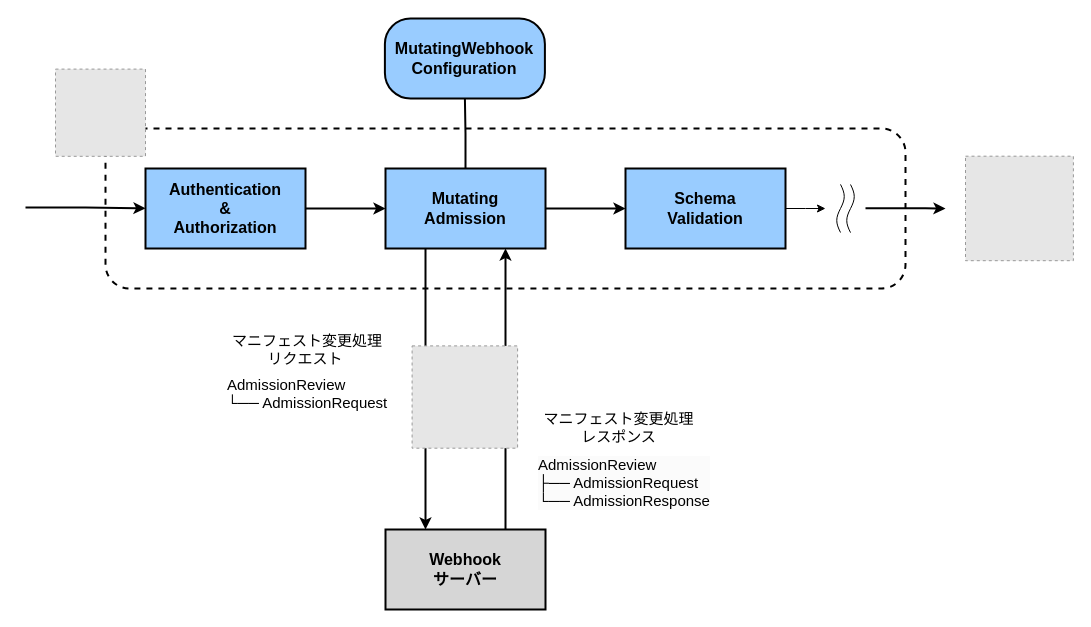
This is page "admission-controllers_mutating-admission" (3 of 4) of images/drawio/istio/service-mesh_layer.drawio from hiroki-it/tech-notebook_old, a draw.io file, before an edit. Source tidied: cells renumbered, new cells numbered last; positions are measured from the earlier drawing's top-left corner, leaving out a move shared by most shapes. Both pictures are drawn from the tidied source at 100%, with x=0, y=0 at pixel (25, 18). Pictures stored in the file or linked from it are replaced by grey dashed boxes.
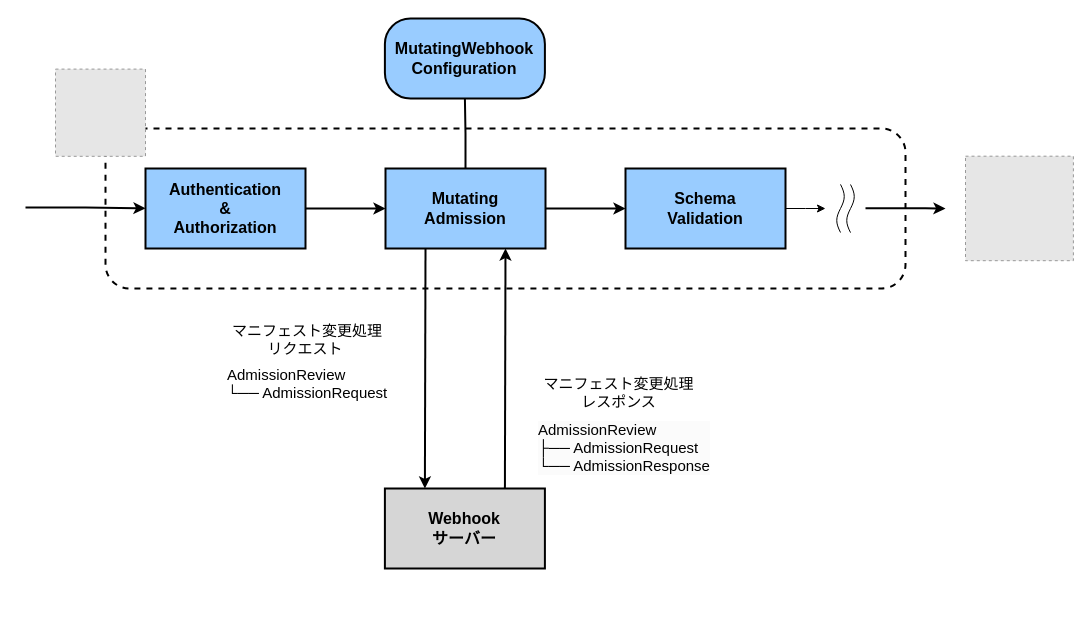
After the change.

What changed in the source:
```diff
@@
     <mxCell id="8" value="&lt;b&gt;Webhook&lt;br&gt;サーバー&lt;br&gt;&lt;/b&gt;" style="rounded=0;whiteSpace=wrap;html=1;fillColor=#D6D6D6;strokeWidth=2;fontSize=16;" parent="1" vertex="1">
-      <mxGeometry x="360" y="511" width="160" height="80" as="geometry" />
+      <mxGeometry x="359.4" y="470" width="160" height="80" as="geometry" />
     </mxCell>
@@
     <mxCell id="11" value="&lt;span style=&quot;border-color: var(--border-color); background-color: transparent; font-family: Arial;&quot;&gt;&amp;nbsp;マニフェスト変更処理&lt;br&gt;リクエスト&lt;/span&gt;&lt;span style=&quot;background-color: transparent; font-family: Arial; font-size: 15px;&quot;&gt;&lt;br style=&quot;font-size: 15px;&quot;&gt;&lt;/span&gt;" style="text;whiteSpace=wrap;html=1;fontSize=15;verticalAlign=middle;fontStyle=0;align=center;" parent="1" vertex="1">
-      <mxGeometry x="200" y="311" width="160" height="40" as="geometry" />
+      <mxGeometry x="200" y="301" width="160" height="40" as="geometry" />
     </mxCell>
     <mxCell id="12" value="&lt;span style=&quot;font-size: 15px;&quot; id=&quot;docs-internal-guid-54a5dcad-7fff-8957-8205-c32bb22402f9&quot;&gt;&lt;p style=&quot;line-height: 1.2; margin-top: 0pt; margin-bottom: 0pt; font-size: 15px;&quot; dir=&quot;ltr&quot;&gt;&lt;span style=&quot;font-size: 15px; font-family: Arial; color: rgb(0, 0, 0); background-color: transparent; font-style: normal; font-variant: normal; text-decoration: none; vertical-align: baseline;&quot;&gt;マニフェスト変更処理&lt;/span&gt;&lt;/p&gt;&lt;p style=&quot;line-height: 1.2; margin-top: 0pt; margin-bottom: 0pt; font-size: 15px;&quot; dir=&quot;ltr&quot;&gt;&lt;span style=&quot;font-size: 15px; font-family: Arial; color: rgb(0, 0, 0); background-color: transparent; font-style: normal; font-variant: normal; text-decoration: none; vertical-align: baseline;&quot;&gt;レスポンス&lt;/span&gt;&lt;/p&gt;&lt;/span&gt;" style="text;whiteSpace=wrap;html=1;fontSize=15;verticalAlign=middle;fontStyle=0;align=center;" parent="1" vertex="1">
-      <mxGeometry x="510.5" y="386" width="165" height="45" as="geometry" />
+      <mxGeometry x="510.5" y="351" width="165" height="45" as="geometry" />
     </mxCell>
@@
     <mxCell id="14" value="&lt;span style=&quot;border-color: var(--border-color); color: rgb(0, 0, 0); font-size: 15px; font-style: normal; font-variant-ligatures: normal; font-variant-caps: normal; font-weight: 400; letter-spacing: normal; orphans: 2; text-align: left; text-indent: 0px; text-transform: none; widows: 2; word-spacing: 0px; -webkit-text-stroke-width: 0px; background-color: transparent; text-decoration-thickness: initial; text-decoration-style: initial; text-decoration-color: initial; font-family: Arial;&quot;&gt;AdmissionReview&lt;br style=&quot;border-color: var(--border-color); font-size: 15px;&quot;&gt;&lt;/span&gt;&lt;span style=&quot;border-color: var(--border-color); color: rgb(0, 0, 0); font-size: 15px; font-style: normal; font-variant-ligatures: normal; font-variant-caps: normal; font-weight: 400; letter-spacing: normal; orphans: 2; text-align: left; text-indent: 0px; text-transform: none; widows: 2; word-spacing: 0px; -webkit-text-stroke-width: 0px; background-color: transparent; text-decoration-thickness: initial; text-decoration-style: initial; text-decoration-color: initial; font-family: Arial;&quot;&gt;└── AdmissionRequest&lt;/span&gt;" style="text;whiteSpace=wrap;html=1;fontSize=15;" parent="1" vertex="1">
-      <mxGeometry x="200" y="351" width="170" height="55" as="geometry" />
+      <mxGeometry x="200" y="341" width="170" height="55" as="geometry" />
     </mxCell>
     <mxCell id="15" value="&lt;p style=&quot;border-color: var(--border-color); color: rgb(0, 0, 0); font-family: Helvetica; font-size: 15px; font-style: normal; font-variant-ligatures: normal; font-variant-caps: normal; font-weight: 400; letter-spacing: normal; orphans: 2; text-align: left; text-indent: 0px; text-transform: none; widows: 2; word-spacing: 0px; -webkit-text-stroke-width: 0px; background-color: rgb(251, 251, 251); text-decoration-thickness: initial; text-decoration-style: initial; text-decoration-color: initial; line-height: 1.2; margin-top: 0pt; margin-bottom: 0pt;&quot; dir=&quot;ltr&quot;&gt;&lt;span style=&quot;border-color: var(--border-color); background-color: transparent; font-family: Arial;&quot;&gt;AdmissionReview&lt;/span&gt;&lt;br style=&quot;border-color: var(--border-color);&quot;&gt;&lt;/p&gt;&lt;p style=&quot;border-color: var(--border-color); color: rgb(0, 0, 0); font-family: Helvetica; font-size: 15px; font-style: normal; font-variant-ligatures: normal; font-variant-caps: normal; font-weight: 400; letter-spacing: normal; orphans: 2; text-align: left; text-indent: 0px; text-transform: none; widows: 2; word-spacing: 0px; -webkit-text-stroke-width: 0px; background-color: rgb(251, 251, 251); text-decoration-thickness: initial; text-decoration-style: initial; text-decoration-color: initial; line-height: 1.2; margin-top: 0pt; margin-bottom: 0pt;&quot; dir=&quot;ltr&quot;&gt;&lt;span style=&quot;border-color: var(--border-color); background-color: transparent; font-family: Arial;&quot;&gt;├── AdmissionRequest&lt;/span&gt;&lt;/p&gt;&lt;p style=&quot;border-color: var(--border-color); color: rgb(0, 0, 0); font-family: Helvetica; font-size: 15px; font-style: normal; font-variant-ligatures: normal; font-variant-caps: normal; font-weight: 400; letter-spacing: normal; orphans: 2; text-align: left; text-indent: 0px; text-transform: none; widows: 2; word-spacing: 0px; -webkit-text-stroke-width: 0px; background-color: rgb(251, 251, 251); text-decoration-thickness: initial; text-decoration-style: initial; text-decoration-color: initial; line-height: 1.2; margin-top: 0pt; margin-bottom: 0pt;&quot; dir=&quot;ltr&quot;&gt;&lt;span style=&quot;border-color: var(--border-color); font-size: 15px; font-family: Arial; color: rgb(0, 0, 0); background-color: transparent; font-style: normal; font-variant: normal; text-decoration: none; vertical-align: baseline;&quot;&gt;└── AdmissionResponse&lt;/span&gt;&lt;/p&gt;" style="text;whiteSpace=wrap;html=1;fontSize=15;" parent="1" vertex="1">
-      <mxGeometry x="510.5" y="431" width="210" height="80" as="geometry" />
+      <mxGeometry x="510.5" y="396" width="210" height="80" as="geometry" />
     </mxCell>
-    <mxCell id="16" style="fillColor=#E6E6E6;strokeColor=#999999;dashed=1;" parent="1" vertex="1">
-      <mxGeometry x="386.6" y="327.4" width="105.5" height="102.3" as="geometry" />
-    </mxCell>
```
